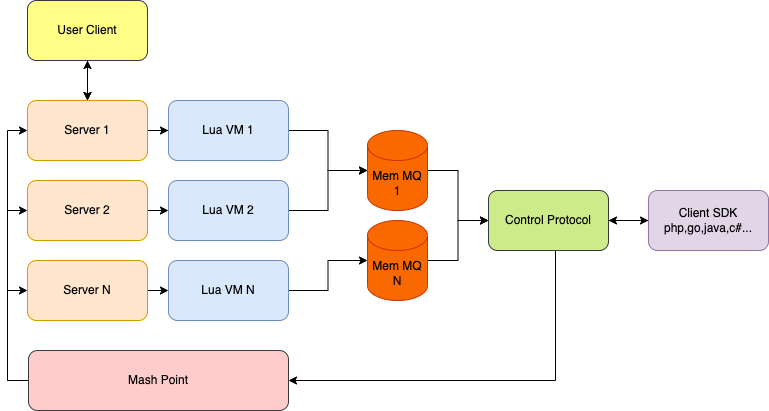
connmix/connmix-docs keeps this draw.io diagram as zh-cn/images/原理图2.drawio.png. Above is the earlier version. Source tidied: cells renumbered, new cells last; positions are measured from the earlier drawing's top-left corner, leaving out a move shared by most shapes.
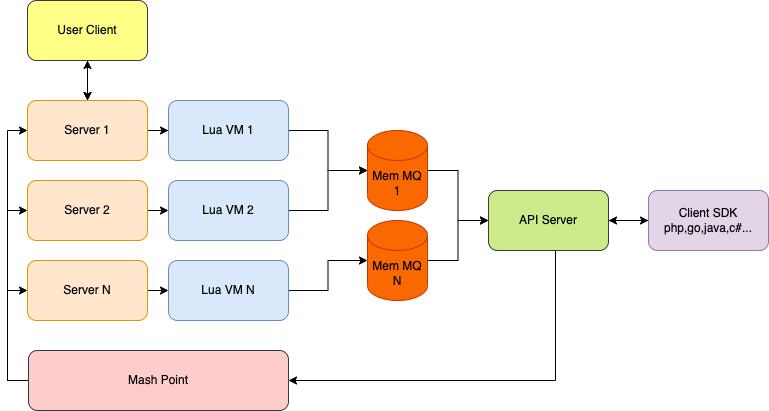
After the commit.

Change to the diagram source:
```diff
@@ -44,7 +44,7 @@
     <mxCell id="13" style="edgeStyle=orthogonalEdgeStyle;rounded=0;jettySize=auto;html=1;exitX=1;exitY=0.5;exitDx=0;exitDy=0;entryX=0;entryY=0.5;entryDx=0;entryDy=0;" parent="1" edge="1" source="14" target="28">
       <mxGeometry relative="1" as="geometry" />
     </mxCell>
-    <mxCell id="14" value="Control Protocol" style="rounded=1;whiteSpace=wrap;html=1;fillColor=#cdeb8b;strokeColor=#36393d;" parent="1" vertex="1">
+    <mxCell id="14" value="API Server" style="rounded=1;whiteSpace=wrap;html=1;fillColor=#cdeb8b;strokeColor=#36393d;" parent="1" vertex="1">
       <mxGeometry x="481" y="190" width="120" height="60" as="geometry" />
     </mxCell>
     <mxCell id="15" style="edgeStyle=orthogonalEdgeStyle;rounded=0;jettySize=auto;html=1;entryX=0;entryY=0.5;entryDx=0;entryDy=0;" parent="1" edge="1" source="18" target="5">
```
